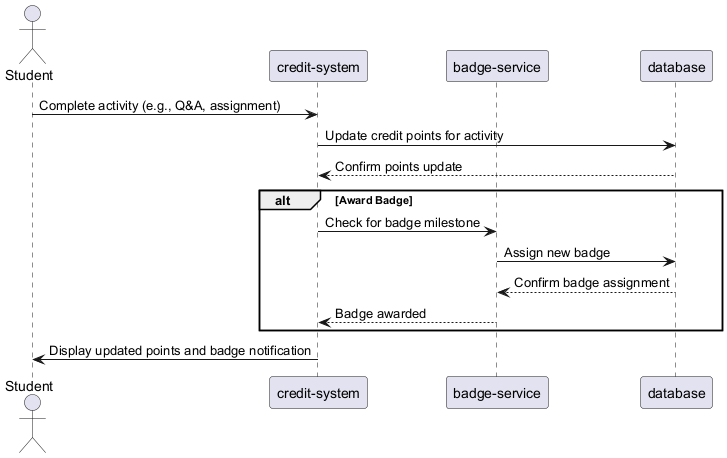
Earlier version of the PlantUML export projects/jamc/design/diagrams/credit-points-and-badge-system-sequence-diagram.png (alexajuno/notes). The source it was exported from:
```plantuml
@startuml credit-points-and-badge-system-sequence-diagram

actor Student
participant "credit-system" as CreditSys
participant "badge-service" as BadgeService
participant "database" as DB

Student -> CreditSys: Complete activity (e.g., Q&A, assignment)
CreditSys -> DB: Update credit points for activity
DB --> CreditSys: Confirm points update

alt Award Badge
    CreditSys -> BadgeService: Check for badge milestone
    BadgeService -> DB: Assign new badge
    DB --> BadgeService: Confirm badge assignment
    BadgeService --> CreditSys: Badge awarded
end

CreditSys -> Student: Display updated points and badge notification
@enduml
```
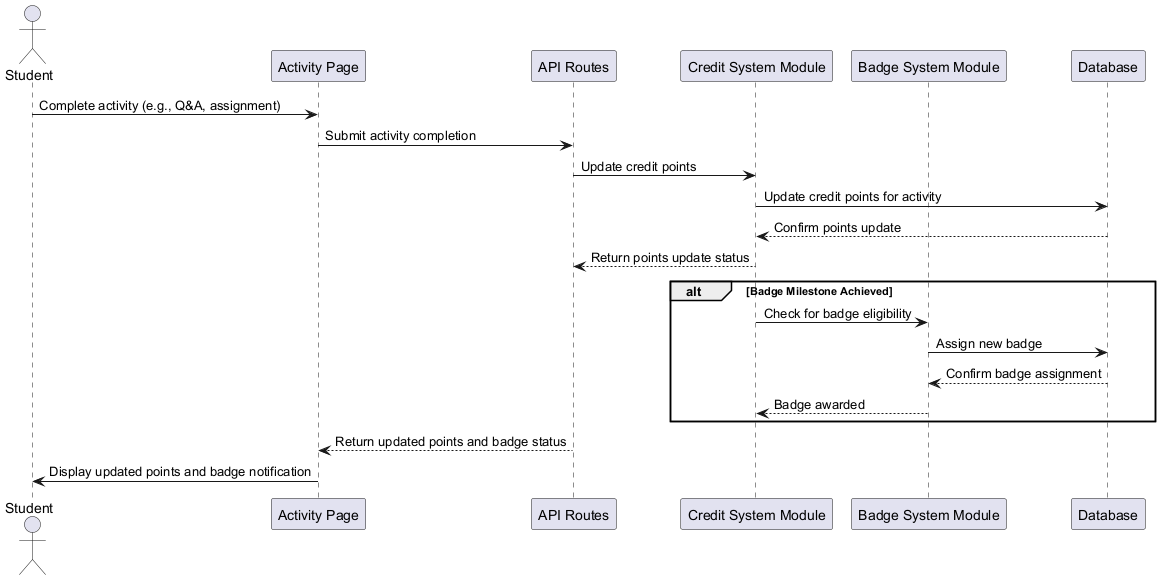
After the commit.

Diff of the diagram source:
```diff
@@ -1,20 +1,27 @@
 @startuml credit-points-and-badge-system-sequence-diagram
 
 actor Student
-participant "credit-system" as CreditSys
-participant "badge-service" as BadgeService
-participant "database" as DB
+participant "Activity Page" as ActivityPage
+participant "API Routes" as APIRoutes
+participant "Credit System Module" as CreditModule
+participant "Badge System Module" as BadgeModule
+participant "Database" as Database
 
-Student -> CreditSys: Complete activity (e.g., Q&A, assignment)
-CreditSys -> DB: Update credit points for activity
-DB --> CreditSys: Confirm points update
+Student -> ActivityPage: Complete activity (e.g., Q&A, assignment)
+ActivityPage -> APIRoutes: Submit activity completion
+APIRoutes -> CreditModule: Update credit points
+CreditModule -> Database: Update credit points for activity
+Database --> CreditModule: Confirm points update
+CreditModule --> APIRoutes: Return points update status
 
-alt Award Badge
-    CreditSys -> BadgeService: Check for badge milestone
-    BadgeService -> DB: Assign new badge
-    DB --> BadgeService: Confirm badge assignment
-    BadgeService --> CreditSys: Badge awarded
+alt Badge Milestone Achieved
+    CreditModule -> BadgeModule: Check for badge eligibility
+    BadgeModule -> Database: Assign new badge
+    Database --> BadgeModule: Confirm badge assignment
+    BadgeModule --> CreditModule: Badge awarded
 end
 
-CreditSys -> Student: Display updated points and badge notification
+APIRoutes --> ActivityPage: Return updated points and badge status
+ActivityPage -> Student: Display updated points and badge notification
+
 @enduml
```
